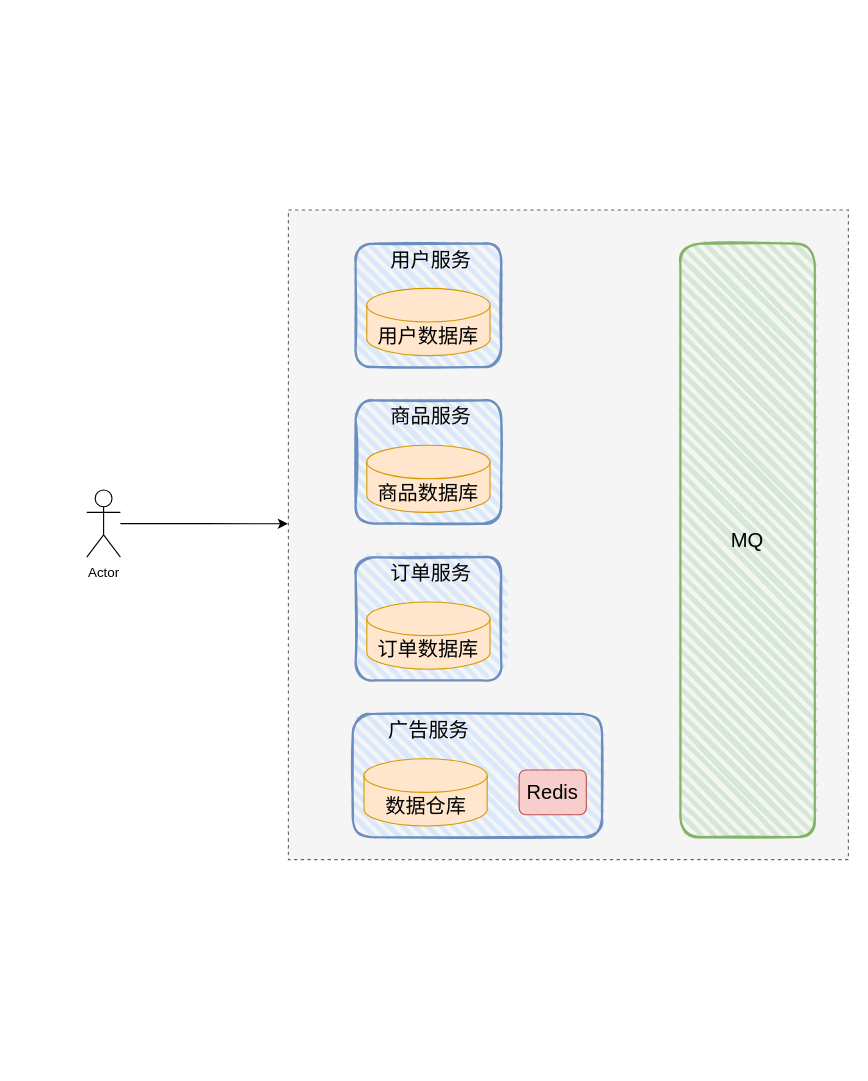
This is 第三届字节跳动青训营/day14-微服务架构.drawio from nateshao/blog-image, a draw.io file, before an edit. Source tidied: cells renumbered, new cells numbered last; positions are measured from the earlier drawing's top-left corner, leaving out a move shared by most shapes. Both pictures are drawn from the tidied source at 112%, with x=0, y=0 at pixel (86, 209).
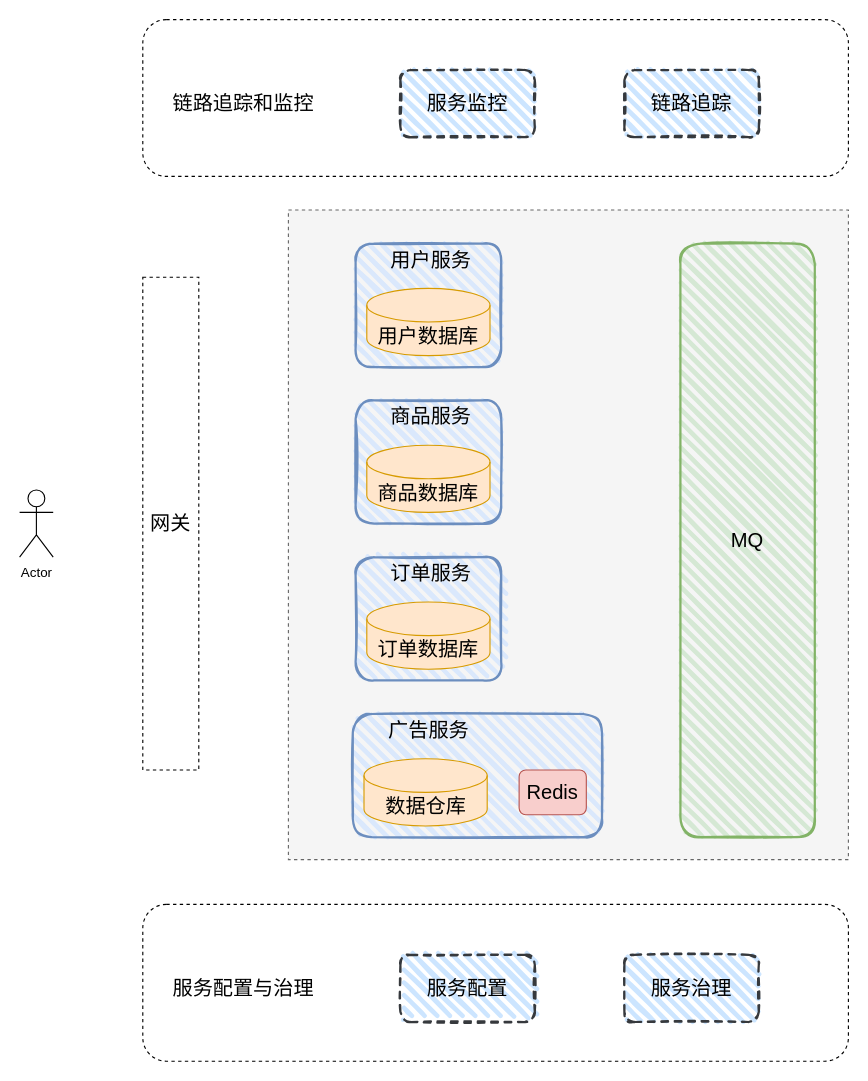
The same page after the edit.

Commit message (it also covers changes not shown here):
更新day14-微服务架构.drawio

The change refers to these unchanged cells:
```xml
<mxCell id="2" style="rounded=0;whiteSpace=wrap;html=1;fontSize=18;fillColor=#f5f5f5;fontColor=#333333;strokeColor=#666666;dashed=1;" parent="1" vertex="1">
  <mxGeometry x="180" width="500" height="580" as="geometry" />
</mxCell>
```

What changed in the source:
```diff
@@
-    <mxCell id="3" style="edgeStyle=orthogonalEdgeStyle;rounded=0;jettySize=auto;html=1;entryX=-0.001;entryY=0.483;entryDx=0;entryDy=0;entryPerimeter=0;fontSize=18;" parent="1" edge="1" source="4" target="2">
-      <mxGeometry relative="1" as="geometry" />
-    </mxCell>
     <mxCell id="4" value="Actor" style="shape=umlActor;verticalLabelPosition=bottom;verticalAlign=top;html=1;outlineConnect=0;" parent="1" vertex="1">
-      <mxGeometry y="250" width="30" height="60" as="geometry" />
+      <mxGeometry x="-60" y="250" width="30" height="60" as="geometry" />
     </mxCell>
@@
+    <mxCell id="19" value="网关" style="rounded=0;whiteSpace=wrap;html=1;dashed=1;fontSize=18;" parent="1" vertex="1">
+      <mxGeometry x="50" y="60" width="50" height="440" as="geometry" />
+    </mxCell>
+    <mxCell id="20" style="rounded=1;whiteSpace=wrap;html=1;dashed=1;fontSize=18;" parent="1" vertex="1">
+      <mxGeometry x="50" y="620" width="630" height="140" as="geometry" />
+    </mxCell>
+    <mxCell id="21" value="服务配置与治理" style="text;html=1;strokeColor=none;fillColor=none;align=center;verticalAlign=middle;whiteSpace=wrap;rounded=0;dashed=1;fontSize=18;" parent="1" vertex="1">
+      <mxGeometry x="60" y="680" width="160" height="30" as="geometry" />
+    </mxCell>
+    <mxCell id="22" value="服务配置" style="rounded=1;whiteSpace=wrap;html=1;strokeWidth=2;fillWeight=4;hachureGap=8;hachureAngle=45;fillColor=#cce5ff;sketch=1;dashed=1;fontSize=18;strokeColor=#36393d;" parent="1" vertex="1">
+      <mxGeometry x="280" y="665" width="120" height="60" as="geometry" />
+    </mxCell>
+    <mxCell id="23" value="服务治理" style="rounded=1;whiteSpace=wrap;html=1;strokeWidth=2;fillWeight=4;hachureGap=8;hachureAngle=45;fillColor=#cce5ff;sketch=1;dashed=1;fontSize=18;strokeColor=#36393d;" parent="1" vertex="1">
+      <mxGeometry x="480" y="665" width="120" height="60" as="geometry" />
+    </mxCell>
+    <mxCell id="24" style="rounded=1;whiteSpace=wrap;html=1;dashed=1;fontSize=18;" parent="1" vertex="1">
+      <mxGeometry x="50" y="-170" width="630" height="140" as="geometry" />
+    </mxCell>
+    <mxCell id="25" value="链路追踪和监控" style="text;html=1;strokeColor=none;fillColor=none;align=center;verticalAlign=middle;whiteSpace=wrap;rounded=0;dashed=1;fontSize=18;" parent="1" vertex="1">
+      <mxGeometry x="60" y="-110" width="160" height="30" as="geometry" />
+    </mxCell>
+    <mxCell id="26" value="服务监控" style="rounded=1;whiteSpace=wrap;html=1;strokeWidth=2;fillWeight=4;hachureGap=8;hachureAngle=45;fillColor=#cce5ff;sketch=1;dashed=1;fontSize=18;strokeColor=#36393d;" parent="1" vertex="1">
+      <mxGeometry x="280" y="-125" width="120" height="60" as="geometry" />
+    </mxCell>
+    <mxCell id="27" value="链路追踪" style="rounded=1;whiteSpace=wrap;html=1;strokeWidth=2;fillWeight=4;hachureGap=8;hachureAngle=45;fillColor=#cce5ff;sketch=1;dashed=1;fontSize=18;strokeColor=#36393d;" parent="1" vertex="1">
+      <mxGeometry x="480" y="-125" width="120" height="60" as="geometry" />
+    </mxCell>
```
